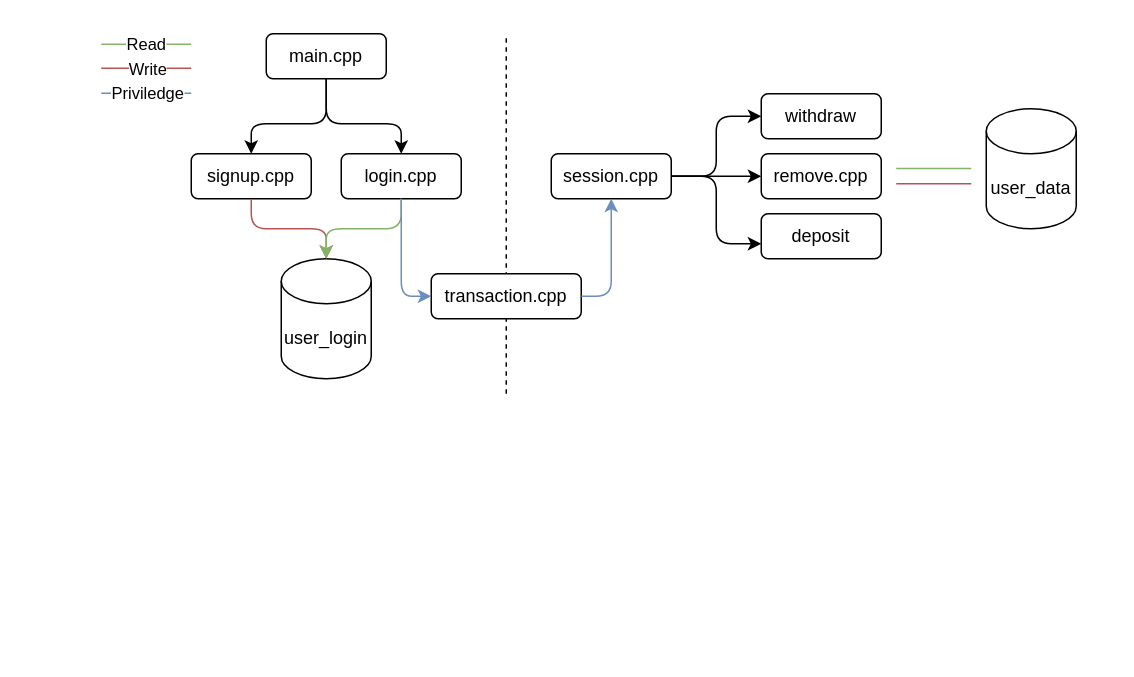
Before: projects/concept-ideas/banking-system/src/diagram.drawio in Jcabarus/personal, a draw.io diagram. Source tidied: cells renumbered, new cells numbered last; positions are measured from the earlier drawing's top-left corner, leaving out a move shared by most shapes. Both pictures are drawn from the tidied source at 150%, with x=0, y=0 at pixel (100, 33).
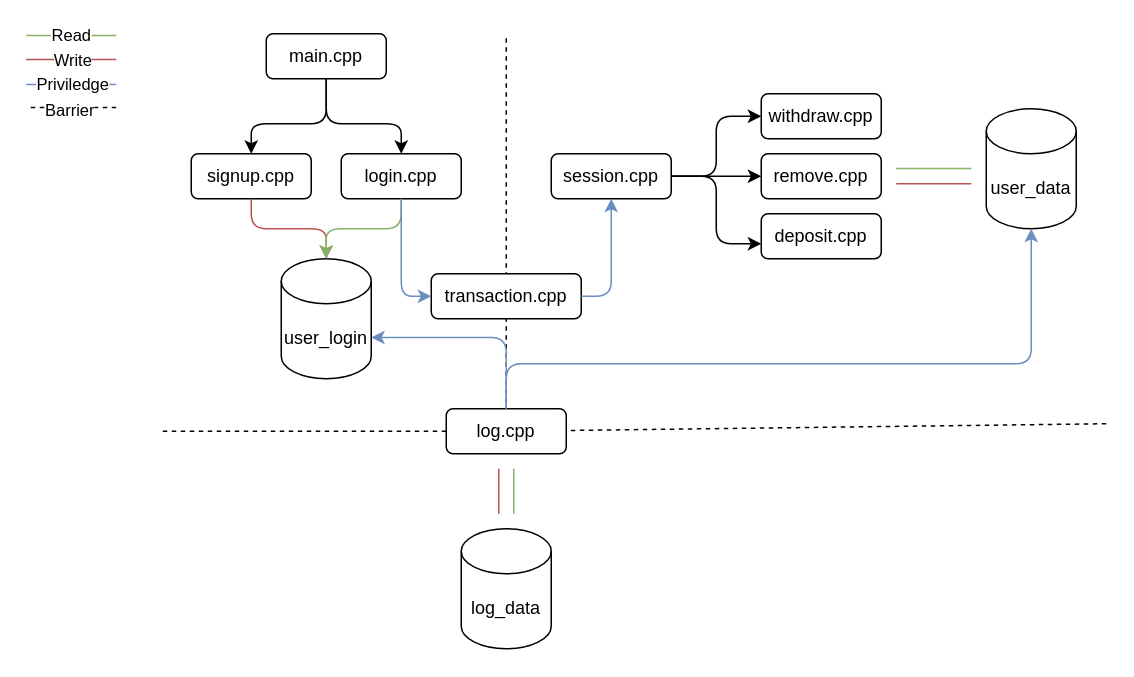
The same diagram, later.

Unchanged cells that the change refers to:
```xml
<mxCell id="2" value="user_data" style="shape=cylinder3;whiteSpace=wrap;html=1;boundedLbl=1;backgroundOutline=1;size=15;" parent="1" vertex="1">
  <mxGeometry x="590" y="50" width="60" height="80" as="geometry" />
</mxCell>
<mxCell id="3" value="user_login" style="shape=cylinder3;whiteSpace=wrap;html=1;boundedLbl=1;backgroundOutline=1;size=15;" parent="1" vertex="1">
  <mxGeometry x="120" y="150" width="60" height="80" as="geometry" />
</mxCell>
```

The edit, as a diff of the source:
```diff
@@
     <mxCell id="9" style="endArrow=none;dashed=1;html=1;" parent="1" edge="1">
       <mxGeometry relative="1" as="geometry">
-        <mxPoint x="270" y="240" as="sourcePoint" />
+        <mxPoint x="270" y="270" as="sourcePoint" />
         <mxPoint x="270" as="targetPoint" />
       </mxGeometry>
     </mxCell>
@@
     <mxCell id="14" style="endArrow=none;html=1;fillColor=#f8cecc;strokeColor=#b85450;" parent="1" edge="1">
       <mxGeometry relative="1" as="geometry">
-        <mxPoint y="23" as="sourcePoint" />
-        <mxPoint x="60" y="23" as="targetPoint" />
+        <mxPoint x="-50" y="17.1" as="sourcePoint" />
+        <mxPoint x="10" y="17.1" as="targetPoint" />
       </mxGeometry>
     </mxCell>
@@
     <mxCell id="16" style="endArrow=none;html=1;fillColor=#d5e8d4;strokeColor=#82b366;" parent="1" edge="1">
       <mxGeometry relative="1" as="geometry">
-        <mxPoint y="7" as="sourcePoint" />
-        <mxPoint x="60" y="7" as="targetPoint" />
+        <mxPoint x="-50" y="1.1" as="sourcePoint" />
+        <mxPoint x="10" y="1.1" as="targetPoint" />
       </mxGeometry>
     </mxCell>
@@
-    <mxCell id="18" value="withdraw" style="rounded=1;whiteSpace=wrap;html=1;" parent="1" vertex="1">
+    <mxCell id="18" value="withdraw.cpp" style="rounded=1;whiteSpace=wrap;html=1;" parent="1" vertex="1">
       <mxGeometry x="440" y="40" width="80" height="30" as="geometry" />
     </mxCell>
-    <mxCell id="19" value="deposit" style="rounded=1;whiteSpace=wrap;html=1;" parent="1" vertex="1">
+    <mxCell id="19" value="deposit.cpp" style="rounded=1;whiteSpace=wrap;html=1;" parent="1" vertex="1">
       <mxGeometry x="440" y="120" width="80" height="30" as="geometry" />
     </mxCell>
@@
     <mxCell id="26" style="endArrow=none;html=1;fillColor=#dae8fc;strokeColor=#6c8ebf;" parent="1" edge="1">
       <mxGeometry relative="1" as="geometry">
-        <mxPoint y="39.7" as="sourcePoint" />
-        <mxPoint x="60" y="39.7" as="targetPoint" />
+        <mxPoint x="-50" y="33.8" as="sourcePoint" />
+        <mxPoint x="10" y="33.8" as="targetPoint" />
       </mxGeometry>
     </mxCell>
@@
+    <mxCell id="30" style="endArrow=none;dashed=1;html=1;" parent="1" edge="1" source="33">
+      <mxGeometry relative="1" as="geometry">
+        <mxPoint x="40" y="265" as="targetPoint" />
+      </mxGeometry>
+    </mxCell>
+    <mxCell id="31" value="log_data" style="shape=cylinder3;whiteSpace=wrap;html=1;boundedLbl=1;backgroundOutline=1;size=15;" parent="1" vertex="1">
+      <mxGeometry x="240" y="330" width="60" height="80" as="geometry" />
+    </mxCell>
+    <mxCell id="32" style="endArrow=none;dashed=1;html=1;" parent="1" edge="1" target="33">
+      <mxGeometry relative="1" as="geometry">
+        <mxPoint x="670" y="260" as="sourcePoint" />
+      </mxGeometry>
+    </mxCell>
+    <mxCell id="33" value="log.cpp" style="rounded=1;whiteSpace=wrap;html=1;" parent="1" vertex="1">
+      <mxGeometry x="230" y="250" width="80" height="30" as="geometry" />
+    </mxCell>
+    <mxCell id="34" style="endArrow=none;html=1;fillColor=#d5e8d4;strokeColor=#82b366;" parent="1" edge="1">
+      <mxGeometry relative="1" as="geometry">
+        <mxPoint x="275" y="290" as="sourcePoint" />
+        <mxPoint x="275" y="320" as="targetPoint" />
+      </mxGeometry>
+    </mxCell>
+    <mxCell id="35" style="endArrow=none;html=1;fillColor=#f8cecc;strokeColor=#b85450;" parent="1" edge="1">
+      <mxGeometry relative="1" as="geometry">
+        <mxPoint x="265" y="290" as="sourcePoint" />
+        <mxPoint x="265" y="320" as="targetPoint" />
+      </mxGeometry>
+    </mxCell>
+    <mxCell id="36" style="endArrow=classic;html=1;fillColor=#dae8fc;strokeColor=#6c8ebf;edgeStyle=orthogonalEdgeStyle;entryX=1;entryY=0;entryDx=0;entryDy=52.5;entryPerimeter=0;exitX=0.5;exitY=0;exitDx=0;exitDy=0;" parent="1" edge="1" source="33" target="3">
+      <mxGeometry relative="1" as="geometry">
+        <Array as="points">
+          <mxPoint x="270" y="203" />
+        </Array>
+      </mxGeometry>
+    </mxCell>
+    <mxCell id="37" style="endArrow=classic;html=1;fillColor=#dae8fc;strokeColor=#6c8ebf;edgeStyle=orthogonalEdgeStyle;exitX=0.5;exitY=0;exitDx=0;exitDy=0;entryX=0.5;entryY=1;entryDx=0;entryDy=0;entryPerimeter=0;" parent="1" edge="1" source="33" target="2">
+      <mxGeometry relative="1" as="geometry">
+        <Array as="points">
+          <mxPoint x="270" y="220" />
+          <mxPoint x="620" y="220" />
+        </Array>
+      </mxGeometry>
+    </mxCell>
+    <mxCell id="38" style="endArrow=none;dashed=1;html=1;" parent="1" edge="1">
+      <mxGeometry relative="1" as="geometry">
+        <mxPoint x="10" y="49.1" as="sourcePoint" />
+        <mxPoint x="-50" y="49.1" as="targetPoint" />
+      </mxGeometry>
+    </mxCell>
+    <mxCell id="39" value="Barrier" style="edgeLabel;html=1;align=center;verticalAlign=middle;" parent="38" vertex="1">
+      <mxGeometry x="0.02" y="1" relative="1" as="geometry" />
+    </mxCell>
```
